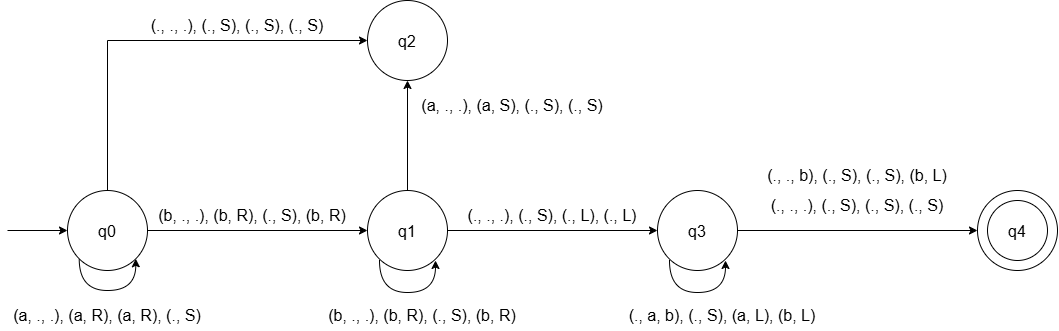
The draw.io diagram turing-machine/doc/MT01.png in AdrianPerezPoleo/complejidad-computacional, before a commit. Source tidied: cells renumbered, new cells last; positions are measured from the earlier drawing's top-left corner, leaving out a move shared by most shapes.
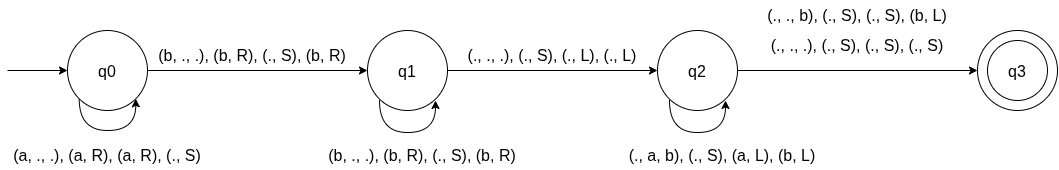
Later version of the same file.

What changed in the source:
```diff
@@ -5,25 +5,16 @@
     <mxCell id="2" style="edgeStyle=orthogonalEdgeStyle;rounded=0;jettySize=auto;html=1;exitX=1;exitY=0.5;exitDx=0;exitDy=0;" parent="1" edge="1" source="4" target="7">
       <mxGeometry relative="1" as="geometry" />
     </mxCell>
-    <mxCell id="3" style="edgeStyle=orthogonalEdgeStyle;rounded=0;jettySize=auto;html=1;exitX=0.5;exitY=0;exitDx=0;exitDy=0;entryX=0;entryY=0.5;entryDx=0;entryDy=0;" parent="1" edge="1" source="4" target="8">
-      <mxGeometry relative="1" as="geometry" />
-    </mxCell>
     <mxCell id="4" value="&lt;font style=&quot;font-size: 16px;&quot;&gt;q0&lt;/font&gt;" style="ellipse;whiteSpace=wrap;html=1;shapeInside=1;" parent="1" vertex="1">
       <mxGeometry x="60" y="190" width="80" height="80" as="geometry" />
     </mxCell>
-    <mxCell id="5" style="edgeStyle=orthogonalEdgeStyle;rounded=0;jettySize=auto;html=1;exitX=0.5;exitY=0;exitDx=0;exitDy=0;" parent="1" edge="1" source="7" target="8">
-      <mxGeometry relative="1" as="geometry" />
-    </mxCell>
     <mxCell id="6" style="edgeStyle=orthogonalEdgeStyle;rounded=0;jettySize=auto;html=1;exitX=1;exitY=0.5;exitDx=0;exitDy=0;entryX=0;entryY=0.5;entryDx=0;entryDy=0;" parent="1" edge="1" source="7" target="9">
       <mxGeometry relative="1" as="geometry" />
     </mxCell>
     <mxCell id="7" value="&lt;font style=&quot;font-size: 16px;&quot;&gt;q1&lt;/font&gt;" style="ellipse;whiteSpace=wrap;html=1;shapeInside=1;" parent="1" vertex="1">
       <mxGeometry x="360" y="190" width="80" height="80" as="geometry" />
     </mxCell>
-    <mxCell id="8" value="&lt;font style=&quot;font-size: 16px;&quot;&gt;q2&lt;/font&gt;" style="ellipse;whiteSpace=wrap;html=1;shapeInside=1;" parent="1" vertex="1">
-      <mxGeometry x="360" width="80" height="80" as="geometry" />
-    </mxCell>
-    <mxCell id="9" value="&lt;font style=&quot;font-size: 16px;&quot;&gt;q3&lt;/font&gt;" style="ellipse;whiteSpace=wrap;html=1;shapeInside=1;" parent="1" vertex="1">
+    <mxCell id="9" value="&lt;font style=&quot;font-size: 16px;&quot;&gt;q2&lt;/font&gt;" style="ellipse;whiteSpace=wrap;html=1;shapeInside=1;" parent="1" vertex="1">
       <mxGeometry x="650" y="190" width="80" height="80" as="geometry" />
     </mxCell>
     <mxCell id="10" style="endArrow=classic;html=1;rounded=0;entryX=0;entryY=0.5;entryDx=0;entryDy=0;" parent="1" edge="1" target="4">
@@ -62,24 +53,12 @@
         </Array>
       </mxGeometry>
     </mxCell>
-    <mxCell id="15" value="&lt;font style=&quot;font-size: 16px;&quot;&gt;(., ., .), (., S), (., S), (., S)&lt;/font&gt;" style="text;html=1;whiteSpace=wrap;strokeColor=none;fillColor=none;align=center;verticalAlign=middle;rounded=0;" parent="1" vertex="1">
-      <mxGeometry x="130" y="10" width="200" height="30" as="geometry" />
-    </mxCell>
     <mxCell id="16" value="&lt;font style=&quot;font-size: 16px;&quot;&gt;(., ., .), (., S), (., S), (., S)&lt;/font&gt;" style="text;html=1;whiteSpace=wrap;strokeColor=none;fillColor=none;align=center;verticalAlign=middle;rounded=0;" parent="1" vertex="1">
       <mxGeometry x="760" y="190" width="180" height="30" as="geometry" />
     </mxCell>
     <mxCell id="17" value="&lt;font style=&quot;font-size: 16px;&quot;&gt;(., ., b), (., S), (., S), (b, L)&lt;/font&gt;" style="text;html=1;whiteSpace=wrap;strokeColor=none;fillColor=none;align=center;verticalAlign=middle;rounded=0;" parent="1" vertex="1">
       <mxGeometry x="755" y="160" width="190" height="30" as="geometry" />
     </mxCell>
-    <mxCell id="18" style="group;" parent="1" vertex="1">
-      <mxGeometry x="970" y="190" width="80" height="80" as="geometry" />
-    </mxCell>
-    <mxCell id="19" value="&lt;font style=&quot;font-size: 16px;&quot;&gt;q4&lt;/font&gt;" style="ellipse;whiteSpace=wrap;html=1;shapeInside=1;" parent="18" vertex="1">
-      <mxGeometry width="80" height="80" as="geometry" />
-    </mxCell>
-    <mxCell id="20" style="ellipse;whiteSpace=wrap;html=1;shapeInside=1;fillColor=none;" parent="18" vertex="1">
-      <mxGeometry x="10" y="10" width="60" height="60" as="geometry" />
-    </mxCell>
     <mxCell id="21" value="&lt;font style=&quot;font-size: 16px;&quot;&gt;(., a, b), (., S), (a, L), (b, L)&lt;/font&gt;" style="text;html=1;whiteSpace=wrap;strokeColor=none;fillColor=none;align=center;verticalAlign=middle;rounded=0;" parent="1" vertex="1">
       <mxGeometry x="620" y="300" width="190" height="30" as="geometry" />
     </mxCell>
@@ -92,11 +71,14 @@
     <mxCell id="24" value="&lt;font style=&quot;font-size: 16px;&quot;&gt;(a, ., .), (a, R), (a, R), (., S)&lt;/font&gt;" style="text;html=1;whiteSpace=wrap;strokeColor=none;fillColor=none;align=center;verticalAlign=middle;rounded=0;" parent="1" vertex="1">
       <mxGeometry x="5" y="300" width="190" height="30" as="geometry" />
     </mxCell>
-    <mxCell id="25" value="&lt;font style=&quot;font-size: 16px;&quot;&gt;(a, ., .), (a, S), (., S), (., S)&lt;/font&gt;" style="text;html=1;whiteSpace=wrap;strokeColor=none;fillColor=none;align=center;verticalAlign=middle;rounded=0;" parent="1" vertex="1">
-      <mxGeometry x="410" y="90" width="190" height="30" as="geometry" />
-    </mxCell>
     <mxCell id="26" value="&lt;font style=&quot;font-size: 16px;&quot;&gt;(b, ., .), (b, R), (., S), (b, R)&lt;/font&gt;" style="text;html=1;whiteSpace=wrap;strokeColor=none;fillColor=none;align=center;verticalAlign=middle;rounded=0;" parent="1" vertex="1">
       <mxGeometry x="150" y="200" width="190" height="30" as="geometry" />
     </mxCell>
+    <mxCell id="19" value="&lt;font style=&quot;font-size: 16px;&quot;&gt;q3&lt;/font&gt;" style="ellipse;whiteSpace=wrap;html=1;shapeInside=1;" parent="1" vertex="1">
+      <mxGeometry x="970" y="190" width="80" height="80" as="geometry" />
+    </mxCell>
+    <mxCell id="20" style="ellipse;whiteSpace=wrap;html=1;shapeInside=1;fillColor=none;" parent="1" vertex="1">
+      <mxGeometry x="980" y="200" width="60" height="60" as="geometry" />
+    </mxCell>
   </root>
 </mxGraphModel>
```
